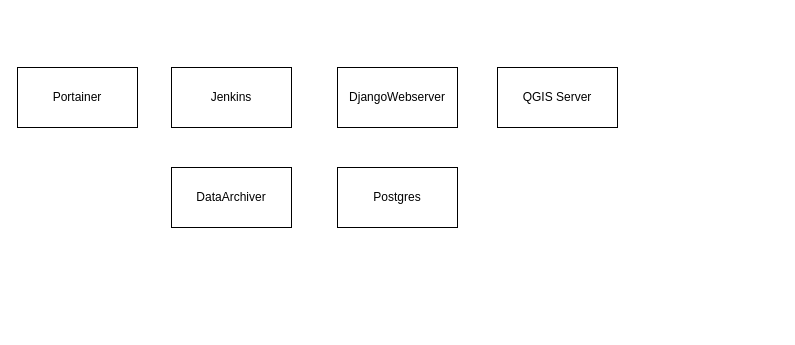
veschberwilli/home_iot keeps this draw.io diagram as DockerStack.drawio. Above is the earlier version. Source tidied: cells renumbered, new cells numbered last; positions are measured from the earlier drawing's top-left corner, leaving out a move shared by most shapes. Both pictures are drawn from the tidied source at 100%, with x=0, y=0 at pixel (17, 67).
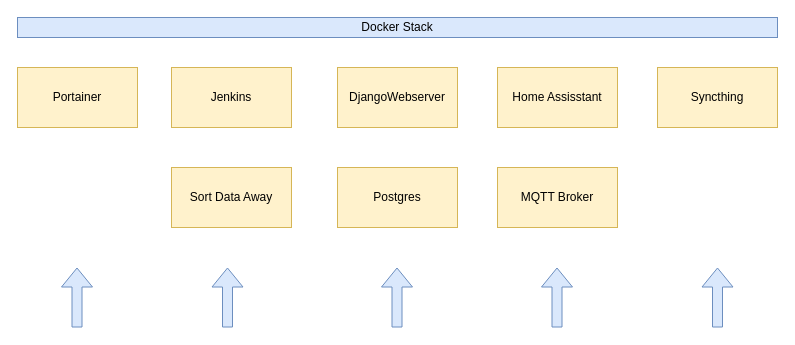
The same page after the edit.

What changed in the source:
```diff
@@
-    <mxCell id="2" value="Portainer" style="rounded=0;whiteSpace=wrap;html=1;" parent="1" vertex="1">
+    <mxCell id="2" value="Portainer" style="rounded=0;whiteSpace=wrap;html=1;fillColor=#fff2cc;strokeColor=#d6b656;" parent="1" vertex="1">
       <mxGeometry width="120" height="60" as="geometry" />
     </mxCell>
-    <mxCell id="3" value="Jenkins" style="rounded=0;whiteSpace=wrap;html=1;" parent="1" vertex="1">
+    <mxCell id="3" value="Jenkins" style="rounded=0;whiteSpace=wrap;html=1;fillColor=#fff2cc;strokeColor=#d6b656;" parent="1" vertex="1">
       <mxGeometry x="154" width="120" height="60" as="geometry" />
     </mxCell>
-    <mxCell id="4" value="DataArchiver" style="rounded=0;whiteSpace=wrap;html=1;" parent="1" vertex="1">
+    <mxCell id="4" value="Sort Data Away" style="rounded=0;whiteSpace=wrap;html=1;fillColor=#fff2cc;strokeColor=#d6b656;" parent="1" vertex="1">
       <mxGeometry x="154" y="100" width="120" height="60" as="geometry" />
     </mxCell>
-    <mxCell id="5" value="DjangoWebserver" style="rounded=0;whiteSpace=wrap;html=1;" parent="1" vertex="1">
+    <mxCell id="5" value="DjangoWebserver" style="rounded=0;whiteSpace=wrap;html=1;fillColor=#fff2cc;strokeColor=#d6b656;" parent="1" vertex="1">
       <mxGeometry x="320" width="120" height="60" as="geometry" />
     </mxCell>
-    <mxCell id="6" value="Postgres" style="rounded=0;whiteSpace=wrap;html=1;" parent="1" vertex="1">
+    <mxCell id="6" value="Postgres" style="rounded=0;whiteSpace=wrap;html=1;fillColor=#fff2cc;strokeColor=#d6b656;" parent="1" vertex="1">
       <mxGeometry x="320" y="100" width="120" height="60" as="geometry" />
     </mxCell>
-    <mxCell id="7" value="QGIS Server" style="rounded=0;whiteSpace=wrap;html=1;" parent="1" vertex="1">
-      <mxGeometry x="480" width="120" height="60" as="geometry" />
-    </mxCell>
+    <mxCell id="8" value="Docker Stack" style="rounded=0;whiteSpace=wrap;html=1;fillColor=#dae8fc;strokeColor=#6c8ebf;" parent="1" vertex="1">
+      <mxGeometry y="-50" width="760" height="20" as="geometry" />
+    </mxCell>
+    <mxCell id="9" value="Home Assisstant" style="rounded=0;whiteSpace=wrap;html=1;fillColor=#fff2cc;strokeColor=#d6b656;" parent="1" vertex="1">
+      <mxGeometry x="480" width="120" height="60" as="geometry" />
+    </mxCell>
+    <mxCell id="10" value="MQTT Broker" style="rounded=0;whiteSpace=wrap;html=1;fillColor=#fff2cc;strokeColor=#d6b656;" parent="1" vertex="1">
+      <mxGeometry x="480" y="100" width="120" height="60" as="geometry" />
+    </mxCell>
+    <mxCell id="11" style="shape=flexArrow;endArrow=classic;html=1;rounded=0;fillColor=#dae8fc;strokeColor=#6c8ebf;" parent="1" edge="1">
+      <mxGeometry relative="1" as="geometry">
+        <mxPoint x="59.5" y="260" as="sourcePoint" />
+        <mxPoint x="59.5" y="200" as="targetPoint" />
+      </mxGeometry>
+    </mxCell>
+    <mxCell id="12" style="shape=flexArrow;endArrow=classic;html=1;rounded=0;fillColor=#dae8fc;strokeColor=#6c8ebf;" parent="1" edge="1">
+      <mxGeometry relative="1" as="geometry">
+        <mxPoint x="210" y="260" as="sourcePoint" />
+        <mxPoint x="210" y="200" as="targetPoint" />
+      </mxGeometry>
+    </mxCell>
+    <mxCell id="13" style="shape=flexArrow;endArrow=classic;html=1;rounded=0;fillColor=#dae8fc;strokeColor=#6c8ebf;" parent="1" edge="1">
+      <mxGeometry relative="1" as="geometry">
+        <mxPoint x="379.5" y="260" as="sourcePoint" />
+        <mxPoint x="379.5" y="200" as="targetPoint" />
+      </mxGeometry>
+    </mxCell>
+    <mxCell id="14" style="shape=flexArrow;endArrow=classic;html=1;rounded=0;fillColor=#dae8fc;strokeColor=#6c8ebf;" parent="1" edge="1">
+      <mxGeometry relative="1" as="geometry">
+        <mxPoint x="539.5" y="260" as="sourcePoint" />
+        <mxPoint x="539.5" y="200" as="targetPoint" />
+      </mxGeometry>
+    </mxCell>
+    <mxCell id="15" value="Syncthing" style="rounded=0;whiteSpace=wrap;html=1;fillColor=#fff2cc;strokeColor=#d6b656;" parent="1" vertex="1">
+      <mxGeometry x="640" width="120" height="60" as="geometry" />
+    </mxCell>
+    <mxCell id="16" style="shape=flexArrow;endArrow=classic;html=1;rounded=0;fillColor=#dae8fc;strokeColor=#6c8ebf;" parent="1" edge="1">
+      <mxGeometry relative="1" as="geometry">
+        <mxPoint x="700" y="260" as="sourcePoint" />
+        <mxPoint x="700" y="200" as="targetPoint" />
+      </mxGeometry>
+    </mxCell>
```
